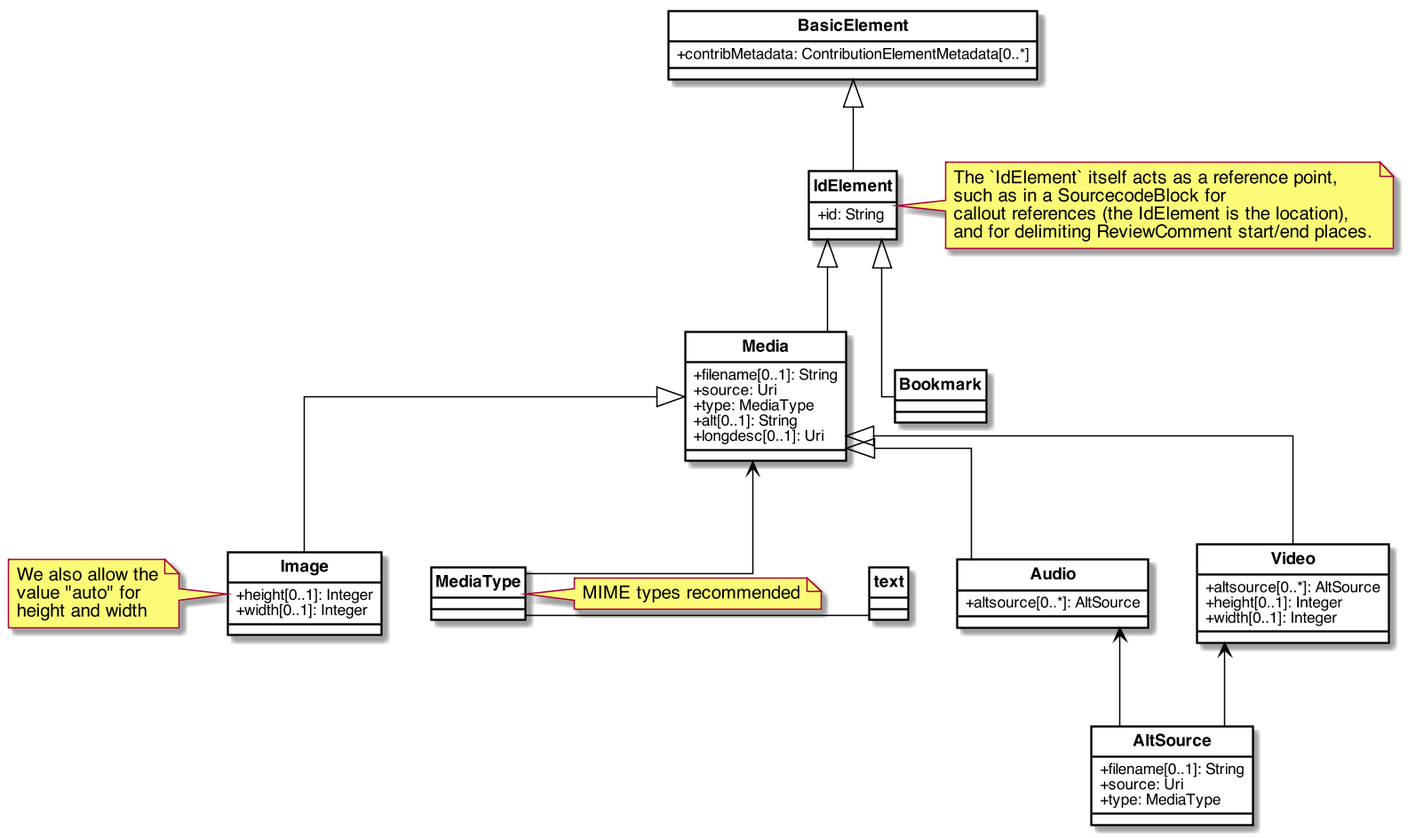
Earlier version of the PlantUML export images/IdElements.png (metanorma/basicdoc-models).
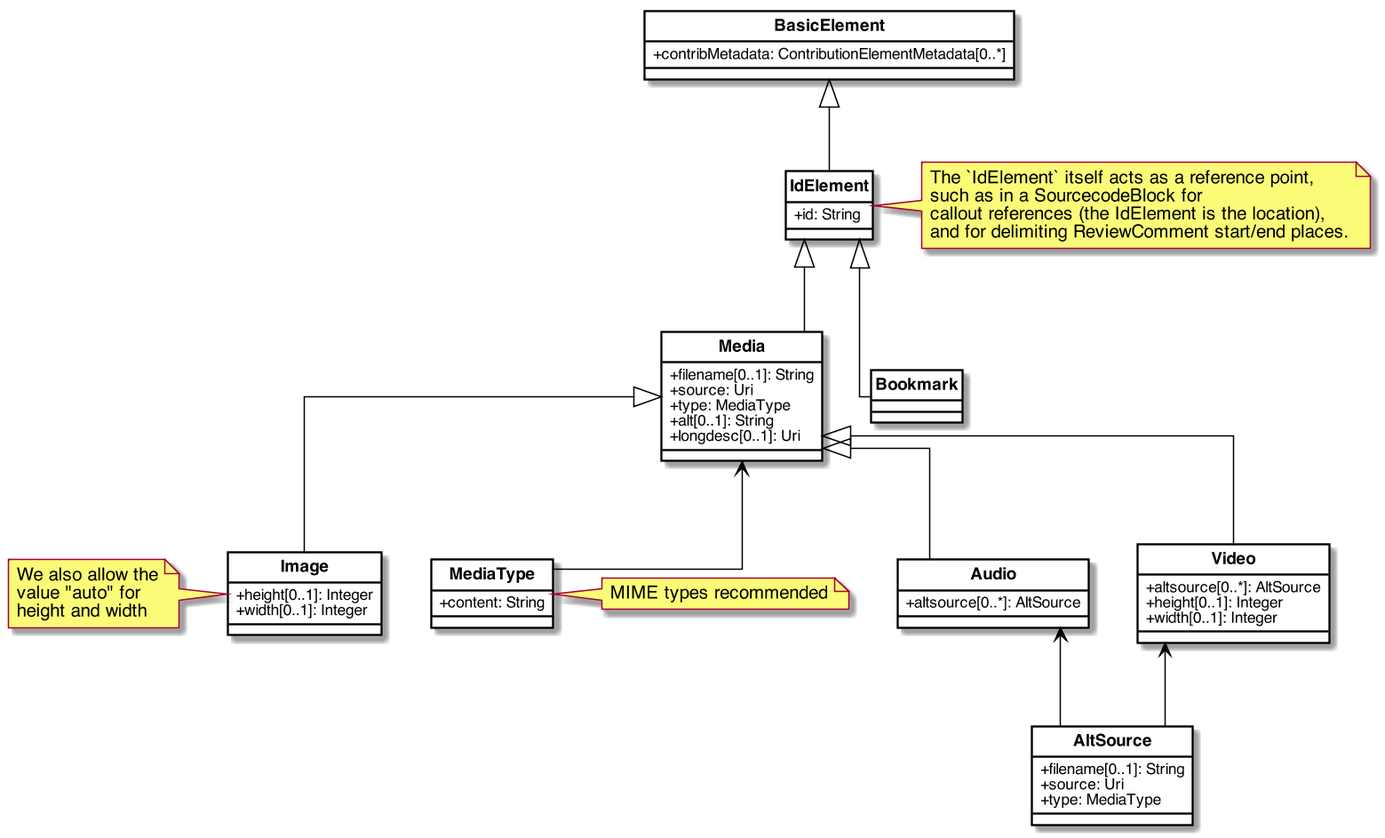
The same diagram one commit later.

Diff of the diagram source:
```diff
@@ -82,7 +82,9 @@
 }
 
 
-MediaType  = text
+class MediaType{
+    +content: String
+}
 
 
 note right of IdElement : The `IdElement` itself acts as a reference point,\nsuch as in a SourcecodeBlock for\ncallout references (the IdElement is the location),\nand for delimiting ReviewComment start/end places.
```
